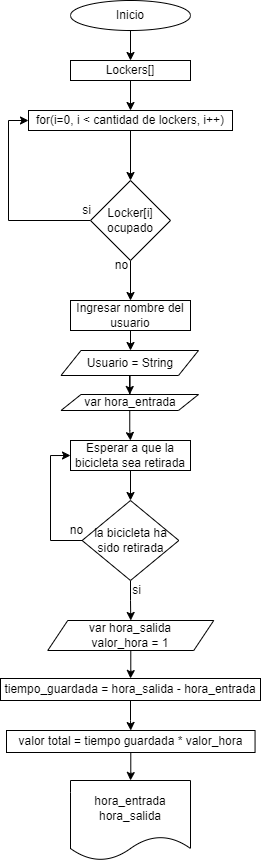
Before: Locker para bicicletas.png, a diagram exported from draw.io (dasamepu/Flujo-de-funciones-para-encapsular-algoritmos). Source tidied: cells renumbered, new cells last; positions are measured from the earlier drawing's top-left corner, leaving out a move shared by most shapes.
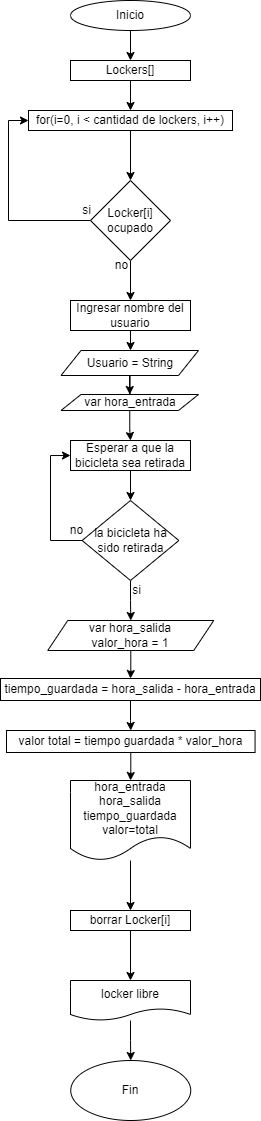
The same diagram one commit later.

The edit, as a diff of the source:
```diff
@@ -97,8 +97,26 @@
     <mxCell id="31" value="valor total = tiempo guardada * valor_hora" style="whiteSpace=wrap;html=1;" parent="1" vertex="1">
       <mxGeometry x="6" y="730" width="248.6" height="22" as="geometry" />
     </mxCell>
+    <mxCell id="33" style="edgeStyle=orthogonalEdgeStyle;rounded=0;jettySize=auto;html=1;" parent="1" edge="1" source="32" target="35">
+      <mxGeometry relative="1" as="geometry" />
+    </mxCell>
-    <mxCell id="32" value="hora_entrada&lt;br&gt;hora_salida&lt;br&gt;" style="shape=document;whiteSpace=wrap;html=1;boundedLbl=1;" parent="1" vertex="1">
+    <mxCell id="32" value="hora_entrada&lt;br&gt;hora_salida&lt;br&gt;tiempo_guardada&lt;br&gt;valor=total" style="shape=document;whiteSpace=wrap;html=1;boundedLbl=1;" parent="1" vertex="1">
       <mxGeometry x="70" y="780" width="120" height="80" as="geometry" />
     </mxCell>
+    <mxCell id="34" style="edgeStyle=orthogonalEdgeStyle;rounded=0;jettySize=auto;html=1;" parent="1" edge="1" source="35" target="37">
+      <mxGeometry relative="1" as="geometry" />
+    </mxCell>
+    <mxCell id="35" value="borrar Locker[i]" style="whiteSpace=wrap;html=1;" parent="1" vertex="1">
+      <mxGeometry x="70" y="910" width="120" height="20" as="geometry" />
+    </mxCell>
+    <mxCell id="36" style="edgeStyle=orthogonalEdgeStyle;rounded=0;jettySize=auto;html=1;" parent="1" edge="1" source="37" target="38">
+      <mxGeometry relative="1" as="geometry" />
+    </mxCell>
+    <mxCell id="37" value="locker libre" style="shape=document;whiteSpace=wrap;html=1;boundedLbl=1;" parent="1" vertex="1">
+      <mxGeometry x="70" y="980" width="120" height="40" as="geometry" />
+    </mxCell>
+    <mxCell id="38" value="Fin" style="ellipse;whiteSpace=wrap;html=1;" parent="1" vertex="1">
+      <mxGeometry x="70.2" y="1060" width="120" height="60" as="geometry" />
+    </mxCell>
   </root>
 </mxGraphModel>
```
